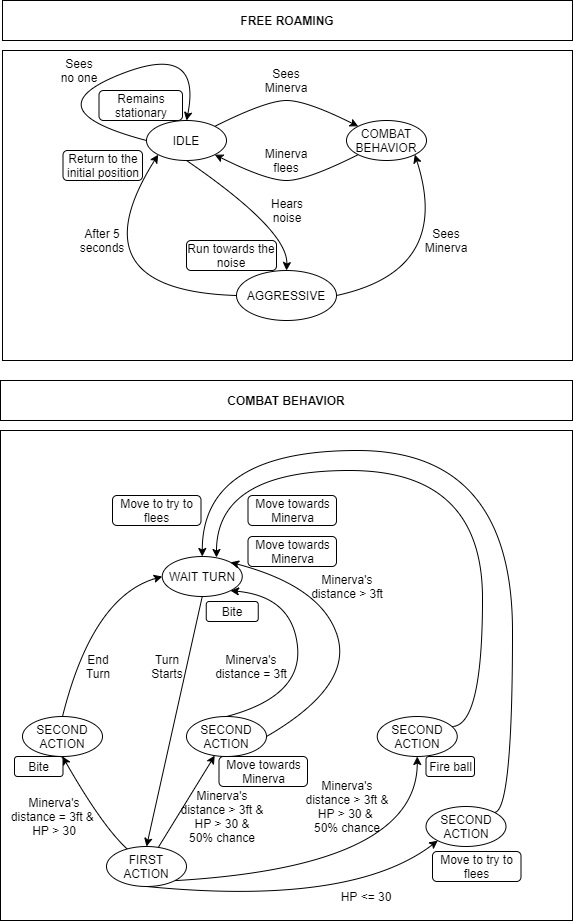
Ode97/Progetto-GDP-2020-2021 keeps this draw.io diagram as Images/LDD/Raw/IMG_BHV_fireSalamander_behaviour.png. Above is the earlier version. Source tidied: cells renumbered, new cells last; positions are measured from the earlier drawing's top-left corner, leaving out a move shared by most shapes. Its diagram source:
```xml
<mxGraphModel>
  <root>
    <mxCell id="0" />
    <mxCell id="1" parent="0" />
    <mxCell id="2" value="&lt;b&gt;COMBAT BEHAVIOR&lt;/b&gt;" style="rounded=0;whiteSpace=wrap;html=1;" parent="1" vertex="1">
      <mxGeometry y="380" width="572" height="40" as="geometry" />
    </mxCell>
    <mxCell id="3" style="rounded=0;whiteSpace=wrap;html=1;" parent="1" vertex="1">
      <mxGeometry x="2" y="50" width="570" height="310" as="geometry" />
    </mxCell>
    <mxCell id="4" value="IDLE" style="ellipse;whiteSpace=wrap;html=1;" parent="1" vertex="1">
      <mxGeometry x="146" y="120" width="80" height="40" as="geometry" />
    </mxCell>
    <mxCell id="5" value="COMBAT BEHAVIOR" style="ellipse;whiteSpace=wrap;html=1;" parent="1" vertex="1">
      <mxGeometry x="346" y="120" width="80" height="40" as="geometry" />
    </mxCell>
    <mxCell id="6" style="curved=1;endArrow=classic;html=1;entryX=0;entryY=0;entryDx=0;entryDy=0;exitX=1;exitY=0;exitDx=0;exitDy=0;" parent="1" edge="1" source="4" target="5">
      <mxGeometry relative="1" as="geometry">
        <Array as="points">
          <mxPoint x="266" y="100" />
          <mxPoint x="306" y="100" />
        </Array>
      </mxGeometry>
    </mxCell>
    <mxCell id="7" value="Sees Minerva" style="text;html=1;strokeColor=none;fillColor=none;align=center;verticalAlign=middle;whiteSpace=wrap;rounded=0;" parent="1" vertex="1">
      <mxGeometry x="266" y="70" width="40" height="20" as="geometry" />
    </mxCell>
    <mxCell id="8" value="&lt;b&gt;FREE ROAMING&lt;/b&gt;" style="rounded=0;whiteSpace=wrap;html=1;" parent="1" vertex="1">
      <mxGeometry x="2" width="570" height="40" as="geometry" />
    </mxCell>
    <mxCell id="9" style="curved=1;endArrow=classic;html=1;entryX=1;entryY=1;entryDx=0;entryDy=0;exitX=0;exitY=1;exitDx=0;exitDy=0;" parent="1" edge="1" source="5" target="4">
      <mxGeometry relative="1" as="geometry">
        <Array as="points">
          <mxPoint x="306" y="180" />
          <mxPoint x="266" y="180" />
        </Array>
      </mxGeometry>
    </mxCell>
    <mxCell id="10" value="Minerva flees" style="text;html=1;strokeColor=none;fillColor=none;align=center;verticalAlign=middle;whiteSpace=wrap;rounded=0;" parent="1" vertex="1">
      <mxGeometry x="266" y="150" width="40" height="20" as="geometry" />
    </mxCell>
    <mxCell id="11" style="curved=1;endArrow=classic;html=1;exitX=0;exitY=0.5;exitDx=0;exitDy=0;entryX=0.5;entryY=0;entryDx=0;entryDy=0;" parent="1" edge="1" source="4" target="4">
      <mxGeometry relative="1" as="geometry">
        <Array as="points">
          <mxPoint x="32" y="110" />
          <mxPoint x="202" y="40" />
        </Array>
      </mxGeometry>
    </mxCell>
    <mxCell id="12" value="Sees no one" style="text;html=1;strokeColor=none;fillColor=none;align=center;verticalAlign=middle;whiteSpace=wrap;rounded=0;" parent="1" vertex="1">
      <mxGeometry x="58.5" y="60" width="40" height="20" as="geometry" />
    </mxCell>
    <mxCell id="13" value="Remains stationary" style="rounded=1;whiteSpace=wrap;html=1;" parent="1" vertex="1">
      <mxGeometry x="98.5" y="90" width="83.5" height="30" as="geometry" />
    </mxCell>
    <mxCell id="14" value="AGGRESSIVE" style="ellipse;whiteSpace=wrap;html=1;" parent="1" vertex="1">
      <mxGeometry x="236" y="270" width="100" height="50" as="geometry" />
    </mxCell>
    <mxCell id="15" style="curved=1;endArrow=classic;html=1;exitX=0.5;exitY=1;exitDx=0;exitDy=0;entryX=0.5;entryY=0;entryDx=0;entryDy=0;" parent="1" edge="1" source="4" target="14">
      <mxGeometry relative="1" as="geometry">
        <Array as="points">
          <mxPoint x="288" y="230" />
        </Array>
      </mxGeometry>
    </mxCell>
    <mxCell id="16" value="Hears noise" style="text;html=1;strokeColor=none;fillColor=none;align=center;verticalAlign=middle;whiteSpace=wrap;rounded=0;" parent="1" vertex="1">
      <mxGeometry x="267" y="200" width="40" height="20" as="geometry" />
    </mxCell>
    <mxCell id="17" value="Run towards the noise" style="rounded=1;whiteSpace=wrap;html=1;" parent="1" vertex="1">
      <mxGeometry x="186" y="240" width="90" height="30" as="geometry" />
    </mxCell>
    <mxCell id="18" style="curved=1;endArrow=classic;html=1;exitX=0;exitY=0.5;exitDx=0;exitDy=0;entryX=0;entryY=1;entryDx=0;entryDy=0;" parent="1" edge="1" source="14" target="4">
      <mxGeometry relative="1" as="geometry">
        <Array as="points">
          <mxPoint x="72" y="290" />
        </Array>
      </mxGeometry>
    </mxCell>
    <mxCell id="19" value="After 5 seconds" style="text;html=1;strokeColor=none;fillColor=none;align=center;verticalAlign=middle;whiteSpace=wrap;rounded=0;" parent="1" vertex="1">
      <mxGeometry x="82.2" y="230" width="40" height="20" as="geometry" />
    </mxCell>
    <mxCell id="20" value="Return to the initial position" style="rounded=1;whiteSpace=wrap;html=1;" parent="1" vertex="1">
      <mxGeometry x="62.5" y="150" width="79.5" height="30" as="geometry" />
    </mxCell>
    <mxCell id="21" style="curved=1;endArrow=classic;html=1;exitX=1;exitY=0.5;exitDx=0;exitDy=0;entryX=1;entryY=1;entryDx=0;entryDy=0;" parent="1" edge="1" source="14" target="5">
      <mxGeometry relative="1" as="geometry">
        <Array as="points">
          <mxPoint x="452" y="270" />
        </Array>
      </mxGeometry>
    </mxCell>
    <mxCell id="22" value="Sees Minerva" style="text;html=1;strokeColor=none;fillColor=none;align=center;verticalAlign=middle;whiteSpace=wrap;rounded=0;" parent="1" vertex="1">
      <mxGeometry x="426" y="230" width="40" height="20" as="geometry" />
    </mxCell>
    <mxCell id="23" style="rounded=0;whiteSpace=wrap;html=1;" parent="1" vertex="1">
      <mxGeometry y="430" width="572" height="490" as="geometry" />
    </mxCell>
    <mxCell id="24" value="WAIT TURN" style="ellipse;whiteSpace=wrap;html=1;" parent="1" vertex="1">
      <mxGeometry x="161.8" y="556" width="80" height="40" as="geometry" />
    </mxCell>
    <mxCell id="25" value="FIRST ACTION" style="ellipse;whiteSpace=wrap;html=1;" parent="1" vertex="1">
      <mxGeometry x="106" y="846" width="80" height="40" as="geometry" />
    </mxCell>
    <mxCell id="26" value="Turn Starts" style="text;html=1;strokeColor=none;fillColor=none;align=center;verticalAlign=middle;whiteSpace=wrap;rounded=0;" parent="1" vertex="1">
      <mxGeometry x="146.5" y="656" width="40" height="20" as="geometry" />
    </mxCell>
    <mxCell id="27" value="SECOND ACTION" style="ellipse;whiteSpace=wrap;html=1;" parent="1" vertex="1">
      <mxGeometry x="22" y="716" width="80" height="40" as="geometry" />
    </mxCell>
    <mxCell id="28" value="SECOND ACTION" style="ellipse;whiteSpace=wrap;html=1;" parent="1" vertex="1">
      <mxGeometry x="186" y="716" width="80" height="40" as="geometry" />
    </mxCell>
    <mxCell id="29" style="endArrow=classic;html=1;entryX=0.5;entryY=0;entryDx=0;entryDy=0;exitX=0.5;exitY=1;exitDx=0;exitDy=0;" parent="1" edge="1" source="24" target="25">
      <mxGeometry relative="1" as="geometry" />
    </mxCell>
    <mxCell id="30" style="curved=1;endArrow=classic;html=1;entryX=0.5;entryY=1;entryDx=0;entryDy=0;" parent="1" edge="1" source="25" target="27">
      <mxGeometry relative="1" as="geometry">
        <Array as="points">
          <mxPoint x="102" y="826" />
        </Array>
      </mxGeometry>
    </mxCell>
    <mxCell id="31" style="endArrow=classic;html=1;arcSize=20;rounded=0;" parent="1" edge="1" source="25" target="28">
      <mxGeometry relative="1" as="geometry" />
    </mxCell>
    <mxCell id="32" value="Minerva's distance = 3ft &amp;amp;&amp;nbsp;&lt;br&gt;HP &amp;gt; 30" style="text;html=1;strokeColor=none;fillColor=none;align=center;verticalAlign=middle;whiteSpace=wrap;rounded=0;" parent="1" vertex="1">
      <mxGeometry x="8.5" y="806" width="90" height="20" as="geometry" />
    </mxCell>
    <mxCell id="33" value="Bite" style="rounded=1;whiteSpace=wrap;html=1;" parent="1" vertex="1">
      <mxGeometry x="14" y="756" width="48.5" height="20" as="geometry" />
    </mxCell>
    <mxCell id="34" value="Minerva's distance &amp;gt; 3ft &amp;amp; HP &amp;gt; 30 &amp;amp;&lt;br&gt;50% chance" style="text;html=1;strokeColor=none;fillColor=none;align=center;verticalAlign=middle;whiteSpace=wrap;rounded=0;" parent="1" vertex="1">
      <mxGeometry x="177" y="806" width="90" height="20" as="geometry" />
    </mxCell>
    <mxCell id="35" value="Move towards Minerva" style="rounded=1;whiteSpace=wrap;html=1;" parent="1" vertex="1">
      <mxGeometry x="218.5" y="756" width="88.5" height="30" as="geometry" />
    </mxCell>
    <mxCell id="36" style="curved=1;endArrow=classic;html=1;entryX=0;entryY=0.5;entryDx=0;entryDy=0;exitX=0.5;exitY=0;exitDx=0;exitDy=0;" parent="1" edge="1" source="27" target="24">
      <mxGeometry relative="1" as="geometry">
        <Array as="points">
          <mxPoint x="92" y="596" />
        </Array>
      </mxGeometry>
    </mxCell>
    <mxCell id="37" style="curved=1;endArrow=classic;html=1;exitX=1;exitY=0.5;exitDx=0;exitDy=0;entryX=1;entryY=0;entryDx=0;entryDy=0;" parent="1" edge="1" source="28" target="24">
      <mxGeometry relative="1" as="geometry">
        <Array as="points">
          <mxPoint x="352" y="686" />
          <mxPoint x="322" y="586" />
        </Array>
      </mxGeometry>
    </mxCell>
    <mxCell id="38" value="End Turn" style="text;html=1;strokeColor=none;fillColor=none;align=center;verticalAlign=middle;whiteSpace=wrap;rounded=0;" parent="1" vertex="1">
      <mxGeometry x="77.8" y="656" width="40" height="20" as="geometry" />
    </mxCell>
    <mxCell id="39" value="Minerva's distance &amp;gt; 3ft" style="text;html=1;strokeColor=none;fillColor=none;align=center;verticalAlign=middle;whiteSpace=wrap;rounded=0;" parent="1" vertex="1">
      <mxGeometry x="307" y="576" width="80" height="20" as="geometry" />
    </mxCell>
    <mxCell id="40" style="curved=1;endArrow=classic;html=1;exitX=0.5;exitY=0;exitDx=0;exitDy=0;entryX=1;entryY=1;entryDx=0;entryDy=0;" parent="1" edge="1" source="28" target="24">
      <mxGeometry relative="1" as="geometry">
        <Array as="points">
          <mxPoint x="302" y="696" />
          <mxPoint x="292" y="596" />
        </Array>
      </mxGeometry>
    </mxCell>
    <mxCell id="41" value="Minerva's distance = 3ft" style="text;html=1;strokeColor=none;fillColor=none;align=center;verticalAlign=middle;whiteSpace=wrap;rounded=0;" parent="1" vertex="1">
      <mxGeometry x="205.8" y="656" width="90" height="20" as="geometry" />
    </mxCell>
    <mxCell id="42" value="Bite" style="rounded=1;whiteSpace=wrap;html=1;" parent="1" vertex="1">
      <mxGeometry x="205.8" y="601" width="52" height="20" as="geometry" />
    </mxCell>
    <mxCell id="43" value="Move towards Minerva" style="rounded=1;whiteSpace=wrap;html=1;" parent="1" vertex="1">
      <mxGeometry x="247.5" y="536" width="88.5" height="30" as="geometry" />
    </mxCell>
    <mxCell id="44" style="edgeStyle=orthogonalEdgeStyle;jettySize=auto;html=1;entryX=0.5;entryY=0;entryDx=0;entryDy=0;curved=1;exitX=1;exitY=0;exitDx=0;exitDy=0;" parent="1" edge="1" source="45" target="24">
      <mxGeometry relative="1" as="geometry">
        <Array as="points">
          <mxPoint x="512" y="812" />
          <mxPoint x="512" y="450" />
          <mxPoint x="202" y="450" />
        </Array>
      </mxGeometry>
    </mxCell>
    <mxCell id="45" value="SECOND ACTION" style="ellipse;whiteSpace=wrap;html=1;" parent="1" vertex="1">
      <mxGeometry x="425.5" y="806" width="80" height="40" as="geometry" />
    </mxCell>
    <mxCell id="46" style="curved=1;endArrow=classic;html=1;exitX=0.5;exitY=1;exitDx=0;exitDy=0;entryX=0;entryY=1;entryDx=0;entryDy=0;" parent="1" edge="1" source="25" target="45">
      <mxGeometry relative="1" as="geometry">
        <Array as="points">
          <mxPoint x="351.5" y="906" />
        </Array>
      </mxGeometry>
    </mxCell>
    <mxCell id="47" value="HP &amp;lt;= 30" style="text;html=1;strokeColor=none;fillColor=none;align=center;verticalAlign=middle;whiteSpace=wrap;rounded=0;" parent="1" vertex="1">
      <mxGeometry x="336" y="886" width="59.8" height="20" as="geometry" />
    </mxCell>
    <mxCell id="48" value="Move to try to flees" style="rounded=1;whiteSpace=wrap;html=1;" parent="1" vertex="1">
      <mxGeometry x="432" y="851" width="88.5" height="30" as="geometry" />
    </mxCell>
    <mxCell id="49" value="Move to try to flees" style="rounded=1;whiteSpace=wrap;html=1;" parent="1" vertex="1">
      <mxGeometry x="112" y="495" width="88.5" height="30" as="geometry" />
    </mxCell>
    <mxCell id="50" style="edgeStyle=orthogonalEdgeStyle;curved=1;jettySize=auto;html=1;entryX=0.678;entryY=0.025;entryDx=0;entryDy=0;entryPerimeter=0;" parent="1" edge="1" source="51" target="24">
      <mxGeometry relative="1" as="geometry">
        <Array as="points">
          <mxPoint x="482" y="726" />
          <mxPoint x="482" y="470" />
          <mxPoint x="216" y="470" />
        </Array>
      </mxGeometry>
    </mxCell>
    <mxCell id="51" value="SECOND ACTION" style="ellipse;whiteSpace=wrap;html=1;" parent="1" vertex="1">
      <mxGeometry x="376.8" y="716" width="80" height="40" as="geometry" />
    </mxCell>
    <mxCell id="52" style="curved=1;endArrow=classic;html=1;exitX=1;exitY=1;exitDx=0;exitDy=0;entryX=0.5;entryY=1;entryDx=0;entryDy=0;" parent="1" edge="1" source="25" target="51">
      <mxGeometry relative="1" as="geometry">
        <Array as="points">
          <mxPoint x="417" y="866" />
        </Array>
      </mxGeometry>
    </mxCell>
    <mxCell id="53" value="Fire ball" style="rounded=1;whiteSpace=wrap;html=1;" parent="1" vertex="1">
      <mxGeometry x="425.5" y="756" width="48.5" height="20" as="geometry" />
    </mxCell>
    <mxCell id="54" value="Minerva's distance &amp;gt; 3ft &amp;amp; HP &amp;gt; 30 &amp;amp; &lt;br&gt;50% chance" style="text;html=1;strokeColor=none;fillColor=none;align=center;verticalAlign=middle;whiteSpace=wrap;rounded=0;" parent="1" vertex="1">
      <mxGeometry x="302" y="796" width="90" height="20" as="geometry" />
    </mxCell>
    <mxCell id="55" value="Move towards Minerva" style="rounded=1;whiteSpace=wrap;html=1;" parent="1" vertex="1">
      <mxGeometry x="247.5" y="495" width="88.5" height="30" as="geometry" />
    </mxCell>
  </root>
</mxGraphModel>
```
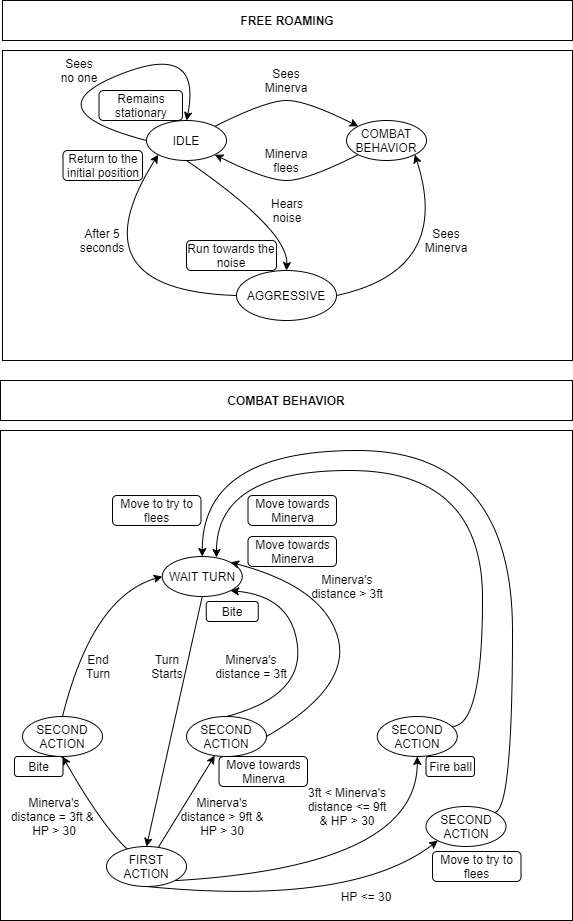
The same file after the commit.

Change to the diagram source:
```diff
@@ -129,7 +129,7 @@
     <mxCell id="33" value="Bite" style="rounded=1;whiteSpace=wrap;html=1;" parent="1" vertex="1">
       <mxGeometry x="14" y="756" width="48.5" height="20" as="geometry" />
     </mxCell>
-    <mxCell id="34" value="Minerva's distance &amp;gt; 3ft &amp;amp; HP &amp;gt; 30 &amp;amp;&lt;br&gt;50% chance" style="text;html=1;strokeColor=none;fillColor=none;align=center;verticalAlign=middle;whiteSpace=wrap;rounded=0;" parent="1" vertex="1">
+    <mxCell id="34" value="Minerva's distance &amp;gt; 9ft &amp;amp; HP &amp;gt; 30" style="text;html=1;strokeColor=none;fillColor=none;align=center;verticalAlign=middle;whiteSpace=wrap;rounded=0;" parent="1" vertex="1">
       <mxGeometry x="177" y="806" width="90" height="20" as="geometry" />
     </mxCell>
     <mxCell id="35" value="Move towards Minerva" style="rounded=1;whiteSpace=wrap;html=1;" parent="1" vertex="1">
@@ -223,7 +223,7 @@
     <mxCell id="53" value="Fire ball" style="rounded=1;whiteSpace=wrap;html=1;" parent="1" vertex="1">
       <mxGeometry x="425.5" y="756" width="48.5" height="20" as="geometry" />
     </mxCell>
-    <mxCell id="54" value="Minerva's distance &amp;gt; 3ft &amp;amp; HP &amp;gt; 30 &amp;amp; &lt;br&gt;50% chance" style="text;html=1;strokeColor=none;fillColor=none;align=center;verticalAlign=middle;whiteSpace=wrap;rounded=0;" parent="1" vertex="1">
+    <mxCell id="54" value="3ft &amp;lt; Minerva's distance &amp;lt;= 9ft &amp;amp; HP &amp;gt; 30" style="text;html=1;strokeColor=none;fillColor=none;align=center;verticalAlign=middle;whiteSpace=wrap;rounded=0;" parent="1" vertex="1">
       <mxGeometry x="302" y="796" width="90" height="20" as="geometry" />
     </mxCell>
     <mxCell id="55" value="Move towards Minerva" style="rounded=1;whiteSpace=wrap;html=1;" parent="1" vertex="1">
```
